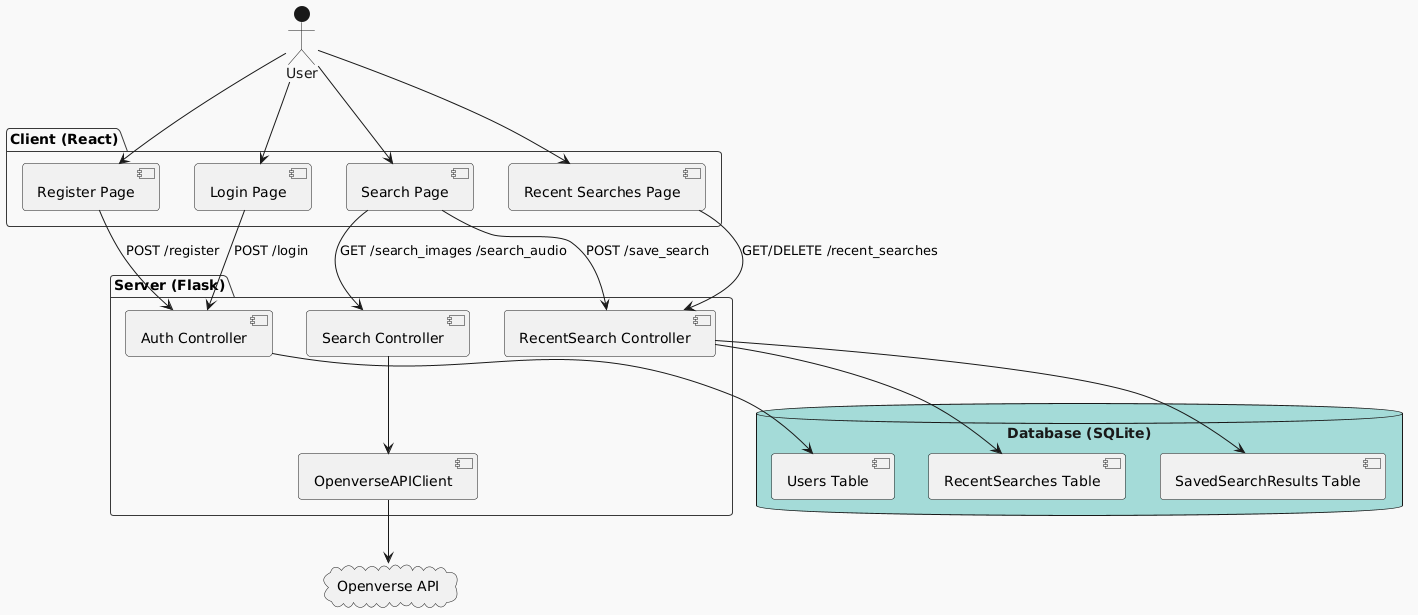
The PlantUML diagram docs/img/system-diagram.png in lyndsie1102/SEapp, before a commit.
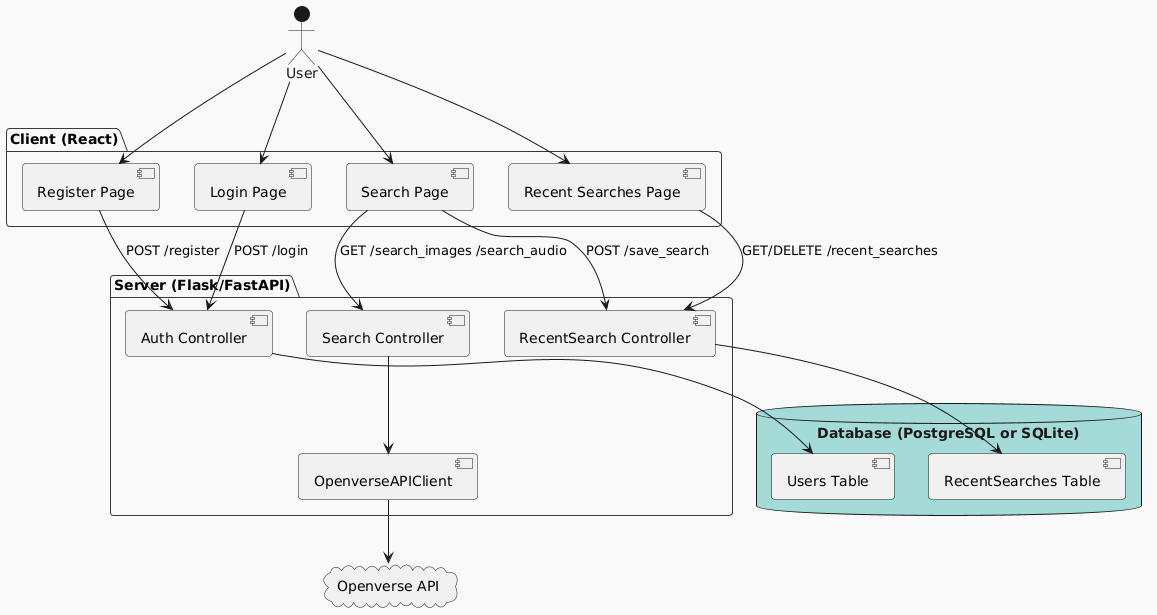
Above is the later version.

Commit message:
Add save search APIs, remove redundant APIs and modify diagram docs

The edit, as a diff of the source:
```diff
@@ -9,17 +9,16 @@
   [Recent Searches Page]
 }
 
-package "Server (Flask)" {
+package "Server (Flask/FastAPI)" {
   [Auth Controller]
   [Search Controller]
   [RecentSearch Controller]
   [OpenverseAPIClient]
 }
 
-database "Database (SQLite)" {
+database "Database (PostgreSQL or SQLite)" {
   [Users Table]
   [RecentSearches Table]
-  [SavedSearchResults Table]
 }
 
 cloud "Openverse API" as Openverse
@@ -39,5 +38,4 @@
 
 [Auth Controller] --> [Users Table]
 [RecentSearch Controller] --> [RecentSearches Table]
-[RecentSearch Controller] --> [SavedSearchResults Table]
 @enduml
```
